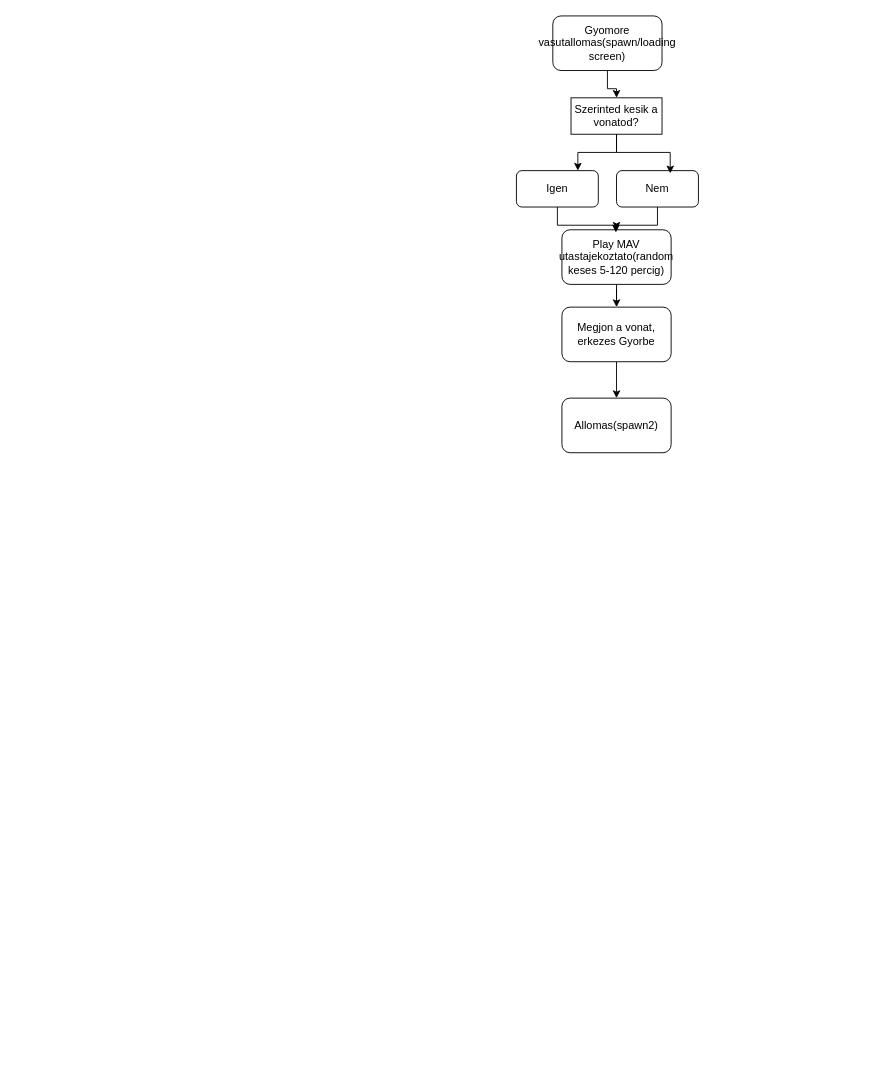
nvkmln/gyorsimulator2 keeps this draw.io diagram as Gyorsimulato2.drawio. Above is the earlier version. Source tidied: cells renumbered, new cells numbered last; positions are measured from the earlier drawing's top-left corner, leaving out a move shared by most shapes. Both pictures are drawn from the tidied source at 91%, with x=0, y=0 at pixel (516, 15).
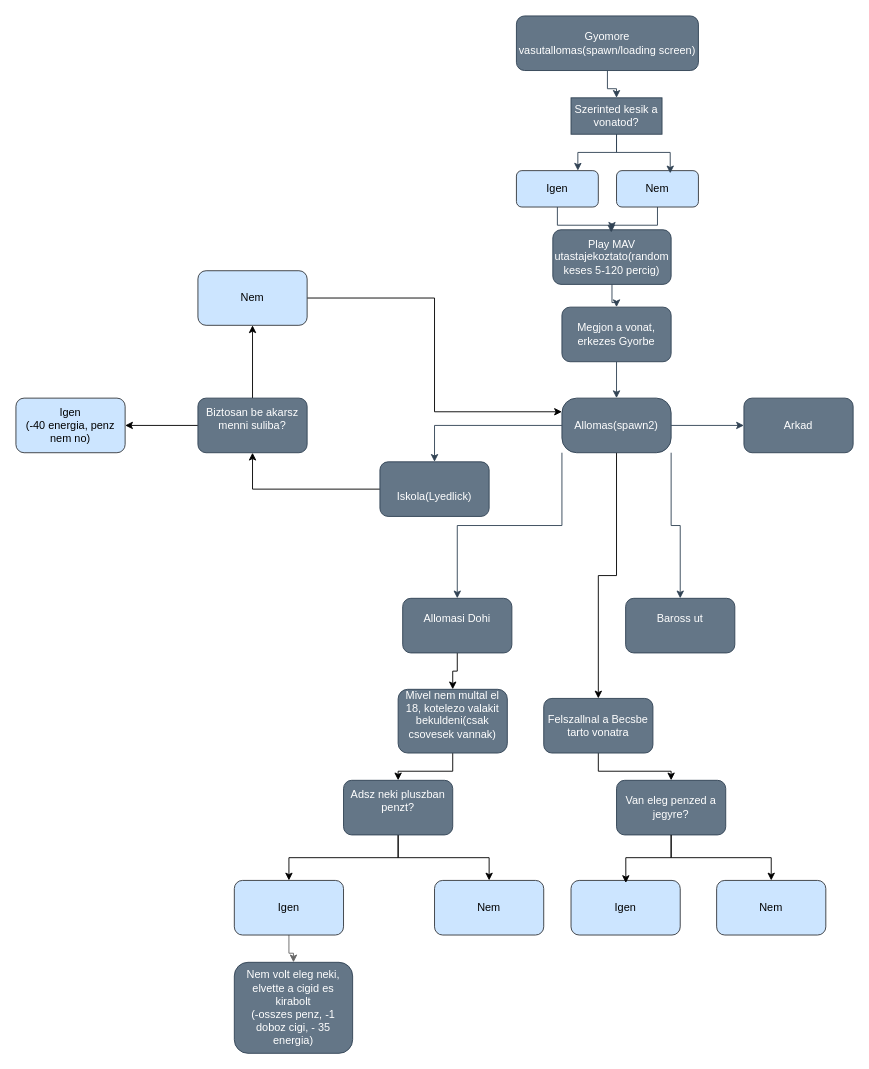
After the change.

Commit message:
Folyamatabra 60%-ban kesz

Diff of the diagram source:
```diff
@@
-    <mxCell id="2" style="edgeStyle=orthogonalEdgeStyle;rounded=0;jettySize=auto;html=1;" parent="1" edge="1" source="3" target="5">
+    <mxCell id="2" style="edgeStyle=orthogonalEdgeStyle;rounded=0;jettySize=auto;html=1;fillColor=#647687;strokeColor=#314354;" parent="1" edge="1" source="3" target="5">
       <mxGeometry relative="1" as="geometry" />
     </mxCell>
-    <mxCell id="3" value="Gyomore vasutallomas(spawn/loading screen)" style="rounded=1;whiteSpace=wrap;html=1;" parent="1" vertex="1">
-      <mxGeometry x="40" width="120" height="60" as="geometry" />
+    <mxCell id="3" value="Gyomore vasutallomas(spawn/loading screen)" style="rounded=1;whiteSpace=wrap;html=1;fillColor=#647687;fontColor=#ffffff;strokeColor=#314354;" parent="1" vertex="1">
+      <mxGeometry width="200" height="60" as="geometry" />
     </mxCell>
-    <mxCell id="4" style="edgeStyle=orthogonalEdgeStyle;rounded=0;jettySize=auto;html=1;entryX=0.75;entryY=0;entryDx=0;entryDy=0;" parent="1" edge="1" source="5" target="6">
+    <mxCell id="4" style="edgeStyle=orthogonalEdgeStyle;rounded=0;jettySize=auto;html=1;entryX=0.75;entryY=0;entryDx=0;entryDy=0;fillColor=#647687;strokeColor=#314354;" parent="1" edge="1" source="5" target="6">
       <mxGeometry relative="1" as="geometry" />
     </mxCell>
-    <mxCell id="5" value="Szerinted kesik a vonatod?" style="rounded=0;whiteSpace=wrap;html=1;" parent="1" vertex="1">
+    <mxCell id="5" value="Szerinted kesik a vonatod?" style="rounded=0;whiteSpace=wrap;html=1;fillColor=#647687;fontColor=#ffffff;strokeColor=#314354;" parent="1" vertex="1">
       <mxGeometry x="60" y="90" width="100" height="40" as="geometry" />
     </mxCell>
-    <mxCell id="6" value="Igen" style="rounded=1;whiteSpace=wrap;html=1;" parent="1" vertex="1">
+    <mxCell id="6" value="Igen" style="rounded=1;whiteSpace=wrap;html=1;fillColor=#cce5ff;strokeColor=#36393d;" parent="1" vertex="1">
       <mxGeometry y="170" width="90" height="40" as="geometry" />
     </mxCell>
-    <mxCell id="7" style="edgeStyle=orthogonalEdgeStyle;rounded=0;jettySize=auto;html=1;" parent="1" edge="1" source="8" target="11">
+    <mxCell id="7" style="edgeStyle=orthogonalEdgeStyle;rounded=0;jettySize=auto;html=1;fillColor=#647687;strokeColor=#314354;" parent="1" edge="1" source="8" target="11">
       <mxGeometry relative="1" as="geometry" />
     </mxCell>
-    <mxCell id="8" value="Nem" style="rounded=1;whiteSpace=wrap;html=1;" parent="1" vertex="1">
+    <mxCell id="8" value="Nem" style="rounded=1;whiteSpace=wrap;html=1;fillColor=#cce5ff;strokeColor=#36393d;" parent="1" vertex="1">
       <mxGeometry x="110" y="170" width="90" height="40" as="geometry" />
     </mxCell>
-    <mxCell id="9" style="edgeStyle=orthogonalEdgeStyle;rounded=0;jettySize=auto;html=1;entryX=0.656;entryY=0.075;entryDx=0;entryDy=0;entryPerimeter=0;" parent="1" edge="1" source="5" target="8">
+    <mxCell id="9" style="edgeStyle=orthogonalEdgeStyle;rounded=0;jettySize=auto;html=1;entryX=0.656;entryY=0.075;entryDx=0;entryDy=0;entryPerimeter=0;fillColor=#647687;strokeColor=#314354;" parent="1" edge="1" source="5" target="8">
       <mxGeometry relative="1" as="geometry" />
     </mxCell>
-    <mxCell id="10" style="edgeStyle=orthogonalEdgeStyle;rounded=0;jettySize=auto;html=1;" parent="1" edge="1" source="11" target="14">
+    <mxCell id="10" style="edgeStyle=orthogonalEdgeStyle;rounded=0;jettySize=auto;html=1;fillColor=#647687;strokeColor=#314354;" parent="1" edge="1" source="11" target="14">
       <mxGeometry relative="1" as="geometry" />
     </mxCell>
+    <mxCell id="16" style="edgeStyle=orthogonalEdgeStyle;rounded=0;jettySize=auto;html=1;exitX=0;exitY=0.5;exitDx=0;exitDy=0;" parent="1" edge="1" source="11">
+      <mxGeometry relative="1" as="geometry">
+        <mxPoint x="40" y="265" as="targetPoint" />
+      </mxGeometry>
+    </mxCell>
-    <mxCell id="11" value="Play MAV utastajekoztato(random keses 5-120 percig)" style="rounded=1;whiteSpace=wrap;html=1;" parent="1" vertex="1">
-      <mxGeometry x="50" y="235" width="120" height="60" as="geometry" />
+    <mxCell id="11" value="Play MAV utastajekoztato(random keses 5-120 percig)" style="rounded=1;whiteSpace=wrap;html=1;fillColor=#647687;fontColor=#ffffff;strokeColor=#314354;" parent="1" vertex="1">
+      <mxGeometry x="40" y="235" width="130" height="60" as="geometry" />
     </mxCell>
-    <mxCell id="12" style="edgeStyle=orthogonalEdgeStyle;rounded=0;jettySize=auto;html=1;entryX=0.494;entryY=0.05;entryDx=0;entryDy=0;entryPerimeter=0;" parent="1" edge="1" source="6" target="11">
+    <mxCell id="12" style="edgeStyle=orthogonalEdgeStyle;rounded=0;jettySize=auto;html=1;entryX=0.494;entryY=0.05;entryDx=0;entryDy=0;entryPerimeter=0;fillColor=#647687;strokeColor=#314354;" parent="1" edge="1" source="6" target="11">
       <mxGeometry relative="1" as="geometry" />
     </mxCell>
-    <mxCell id="13" style="edgeStyle=orthogonalEdgeStyle;rounded=0;jettySize=auto;html=1;" parent="1" edge="1" source="14" target="15">
+    <mxCell id="13" style="edgeStyle=orthogonalEdgeStyle;rounded=0;jettySize=auto;html=1;fillColor=#647687;strokeColor=#314354;" parent="1" edge="1" source="14" target="15">
       <mxGeometry relative="1" as="geometry" />
     </mxCell>
-    <mxCell id="14" value="Megjon a vonat, erkezes Gyorbe" style="rounded=1;whiteSpace=wrap;html=1;" parent="1" vertex="1">
+    <mxCell id="14" value="Megjon a vonat, erkezes Gyorbe" style="rounded=1;whiteSpace=wrap;html=1;fillColor=#647687;fontColor=#ffffff;strokeColor=#314354;" parent="1" vertex="1">
       <mxGeometry x="50" y="320" width="120" height="60" as="geometry" />
     </mxCell>
+    <mxCell id="17" style="edgeStyle=orthogonalEdgeStyle;rounded=0;jettySize=auto;html=1;fillColor=#647687;strokeColor=#314354;" parent="1" edge="1" source="15" target="23">
+      <mxGeometry relative="1" as="geometry" />
+    </mxCell>
+    <mxCell id="18" style="edgeStyle=orthogonalEdgeStyle;rounded=0;jettySize=auto;html=1;fillColor=#647687;strokeColor=#314354;" parent="1" edge="1" source="15" target="24">
+      <mxGeometry relative="1" as="geometry" />
+    </mxCell>
+    <mxCell id="19" style="edgeStyle=orthogonalEdgeStyle;rounded=0;jettySize=auto;html=1;fillColor=#647687;strokeColor=#314354;exitX=1;exitY=1;exitDx=0;exitDy=0;" parent="1" edge="1" source="15" target="25">
+      <mxGeometry relative="1" as="geometry" />
+    </mxCell>
+    <mxCell id="20" style="edgeStyle=orthogonalEdgeStyle;rounded=0;jettySize=auto;html=1;exitX=0;exitY=1;exitDx=0;exitDy=0;entryX=0.5;entryY=0;entryDx=0;entryDy=0;fillColor=#647687;strokeColor=#314354;" parent="1" edge="1" source="15" target="27">
+      <mxGeometry relative="1" as="geometry" />
+    </mxCell>
+    <mxCell id="21" style="edgeStyle=orthogonalEdgeStyle;rounded=0;jettySize=auto;html=1;entryX=0.5;entryY=0;entryDx=0;entryDy=0;" parent="1" edge="1" source="15" target="43">
+      <mxGeometry relative="1" as="geometry" />
+    </mxCell>
-    <mxCell id="15" value="Allomas(spawn2)" style="rounded=1;whiteSpace=wrap;html=1;" parent="1" vertex="1">
+    <mxCell id="15" value="Allomas(spawn2)" style="rounded=1;whiteSpace=wrap;html=1;fillColor=#647687;fontColor=#ffffff;strokeColor=#314354;arcSize=27;" parent="1" vertex="1">
       <mxGeometry x="50" y="420" width="120" height="60" as="geometry" />
     </mxCell>
+    <mxCell id="22" style="edgeStyle=orthogonalEdgeStyle;rounded=0;jettySize=auto;html=1;" parent="1" edge="1" source="23" target="30">
+      <mxGeometry relative="1" as="geometry" />
+    </mxCell>
+    <mxCell id="23" value="&lt;div&gt;&lt;br&gt;&lt;/div&gt;Iskola(Lyedlick)" style="whiteSpace=wrap;html=1;rounded=1;fillColor=#647687;fontColor=#ffffff;strokeColor=#314354;" parent="1" vertex="1">
+      <mxGeometry x="-150" y="490" width="120" height="60" as="geometry" />
+    </mxCell>
+    <mxCell id="24" value="Arkad" style="whiteSpace=wrap;html=1;rounded=1;fillColor=#647687;fontColor=#ffffff;strokeColor=#314354;" parent="1" vertex="1">
+      <mxGeometry x="250" y="420" width="120" height="60" as="geometry" />
+    </mxCell>
+    <mxCell id="25" value="Baross ut&lt;div&gt;&lt;br&gt;&lt;/div&gt;" style="whiteSpace=wrap;html=1;rounded=1;fillColor=#647687;fontColor=#ffffff;strokeColor=#314354;" parent="1" vertex="1">
+      <mxGeometry x="120" y="640" width="120" height="60" as="geometry" />
+    </mxCell>
+    <mxCell id="26" style="edgeStyle=orthogonalEdgeStyle;rounded=0;jettySize=auto;html=1;" parent="1" edge="1" source="27" target="35">
+      <mxGeometry relative="1" as="geometry" />
+    </mxCell>
+    <mxCell id="27" value="Allomasi Dohi&lt;div&gt;&lt;br&gt;&lt;/div&gt;" style="rounded=1;whiteSpace=wrap;html=1;fillColor=#647687;fontColor=#ffffff;strokeColor=#314354;" parent="1" vertex="1">
+      <mxGeometry x="-125" y="640" width="120" height="60" as="geometry" />
+    </mxCell>
+    <mxCell id="28" style="edgeStyle=orthogonalEdgeStyle;rounded=0;jettySize=auto;html=1;" parent="1" edge="1" source="30" target="32">
+      <mxGeometry relative="1" as="geometry" />
+    </mxCell>
+    <mxCell id="29" style="edgeStyle=orthogonalEdgeStyle;rounded=0;jettySize=auto;html=1;" parent="1" edge="1" source="30" target="33">
+      <mxGeometry relative="1" as="geometry" />
+    </mxCell>
+    <mxCell id="30" value="Biztosan be akarsz menni suliba?&lt;div&gt;&lt;br/&gt;&lt;/div&gt;" style="whiteSpace=wrap;html=1;fillColor=#647687;strokeColor=#314354;fontColor=#ffffff;rounded=1;" parent="1" vertex="1">
+      <mxGeometry x="-350" y="420" width="120" height="60" as="geometry" />
+    </mxCell>
+    <mxCell id="31" style="edgeStyle=orthogonalEdgeStyle;rounded=0;jettySize=auto;html=1;entryX=0;entryY=0.25;entryDx=0;entryDy=0;" parent="1" edge="1" source="32" target="15">
+      <mxGeometry relative="1" as="geometry" />
+    </mxCell>
+    <mxCell id="32" value="Nem" style="whiteSpace=wrap;html=1;fillColor=#cce5ff;strokeColor=#36393d;rounded=1;" parent="1" vertex="1">
+      <mxGeometry x="-350" y="280" width="120" height="60" as="geometry" />
+    </mxCell>
+    <mxCell id="33" value="Igen&lt;br&gt;(-40 energia, penz nem no)" style="whiteSpace=wrap;html=1;fillColor=#cce5ff;strokeColor=#36393d;rounded=1;" parent="1" vertex="1">
+      <mxGeometry x="-550" y="420" width="120" height="60" as="geometry" />
+    </mxCell>
+    <mxCell id="34" style="edgeStyle=orthogonalEdgeStyle;rounded=0;jettySize=auto;html=1;" parent="1" edge="1" source="35" target="38">
+      <mxGeometry relative="1" as="geometry" />
+    </mxCell>
+    <mxCell id="35" value="Mivel nem multal el 18, kotelezo valakit bekuldeni(csak csovesek vannak)&lt;div&gt;&lt;br&gt;&lt;/div&gt;" style="whiteSpace=wrap;html=1;fillColor=#647687;strokeColor=#314354;fontColor=#ffffff;rounded=1;" parent="1" vertex="1">
+      <mxGeometry x="-130" y="740" width="120" height="70" as="geometry" />
+    </mxCell>
+    <mxCell id="36" style="edgeStyle=orthogonalEdgeStyle;rounded=0;jettySize=auto;html=1;" parent="1" edge="1" source="38" target="40">
+      <mxGeometry relative="1" as="geometry" />
+    </mxCell>
+    <mxCell id="37" style="edgeStyle=orthogonalEdgeStyle;rounded=0;jettySize=auto;html=1;exitX=0.5;exitY=1;exitDx=0;exitDy=0;entryX=0.5;entryY=0;entryDx=0;entryDy=0;" parent="1" edge="1" source="38" target="41">
+      <mxGeometry relative="1" as="geometry" />
+    </mxCell>
+    <mxCell id="38" value="Adsz neki pluszban penzt?&lt;div&gt;&lt;br&gt;&lt;/div&gt;" style="whiteSpace=wrap;html=1;fillColor=#647687;strokeColor=#314354;fontColor=#ffffff;rounded=1;" parent="1" vertex="1">
+      <mxGeometry x="-190" y="840" width="120" height="60" as="geometry" />
+    </mxCell>
+    <mxCell id="39" style="edgeStyle=orthogonalEdgeStyle;rounded=0;jettySize=auto;html=1;entryX=0.5;entryY=0;entryDx=0;entryDy=0;fillColor=#f5f5f5;gradientColor=#b3b3b3;strokeColor=#666666;" parent="1" edge="1" source="40" target="49">
+      <mxGeometry relative="1" as="geometry" />
+    </mxCell>
+    <mxCell id="40" value="Igen" style="whiteSpace=wrap;html=1;fillColor=#cce5ff;strokeColor=#36393d;rounded=1;" parent="1" vertex="1">
+      <mxGeometry x="-310" y="950" width="120" height="60" as="geometry" />
+    </mxCell>
+    <mxCell id="41" value="Nem" style="whiteSpace=wrap;html=1;fillColor=#cce5ff;strokeColor=#36393d;rounded=1;" parent="1" vertex="1">
+      <mxGeometry x="-90" y="950" width="120" height="60" as="geometry" />
+    </mxCell>
+    <mxCell id="42" style="edgeStyle=orthogonalEdgeStyle;rounded=0;jettySize=auto;html=1;entryX=0.5;entryY=0;entryDx=0;entryDy=0;" parent="1" edge="1" source="43" target="45">
+      <mxGeometry relative="1" as="geometry" />
+    </mxCell>
+    <mxCell id="43" value="Felszallnal a Becsbe tarto vonatra" style="rounded=1;whiteSpace=wrap;html=1;fillColor=#647687;strokeColor=#314354;fontColor=#ffffff;" parent="1" vertex="1">
+      <mxGeometry x="30" y="750" width="120" height="60" as="geometry" />
+    </mxCell>
+    <mxCell id="44" style="edgeStyle=orthogonalEdgeStyle;rounded=0;jettySize=auto;html=1;entryX=0.5;entryY=0;entryDx=0;entryDy=0;" parent="1" edge="1" source="45" target="47">
+      <mxGeometry relative="1" as="geometry" />
+    </mxCell>
+    <mxCell id="45" value="Van eleg penzed a jegyre?" style="whiteSpace=wrap;html=1;fillColor=#647687;strokeColor=#314354;fontColor=#ffffff;rounded=1;" parent="1" vertex="1">
+      <mxGeometry x="110" y="840" width="120" height="60" as="geometry" />
+    </mxCell>
+    <mxCell id="46" value="Igen" style="whiteSpace=wrap;html=1;fillColor=#cce5ff;strokeColor=#36393d;rounded=1;" parent="1" vertex="1">
+      <mxGeometry x="60" y="950" width="120" height="60" as="geometry" />
+    </mxCell>
+    <mxCell id="47" value="Nem" style="whiteSpace=wrap;html=1;fillColor=#cce5ff;strokeColor=#36393d;rounded=1;" parent="1" vertex="1">
+      <mxGeometry x="220" y="950" width="120" height="60" as="geometry" />
+    </mxCell>
+    <mxCell id="48" style="edgeStyle=orthogonalEdgeStyle;rounded=0;jettySize=auto;html=1;entryX=0.502;entryY=0.047;entryDx=0;entryDy=0;entryPerimeter=0;" parent="1" edge="1" source="45" target="46">
+      <mxGeometry relative="1" as="geometry" />
+    </mxCell>
+    <mxCell id="49" value="Nem volt eleg neki, elvette a cigid es kirabolt&lt;br&gt;(-osszes penz, -1 doboz cigi, - 35 energia)" style="whiteSpace=wrap;html=1;fillColor=#647687;strokeColor=#314354;rounded=1;fontColor=#ffffff;" parent="1" vertex="1">
+      <mxGeometry x="-310" y="1040" width="130" height="100" as="geometry" />
+    </mxCell>
```
